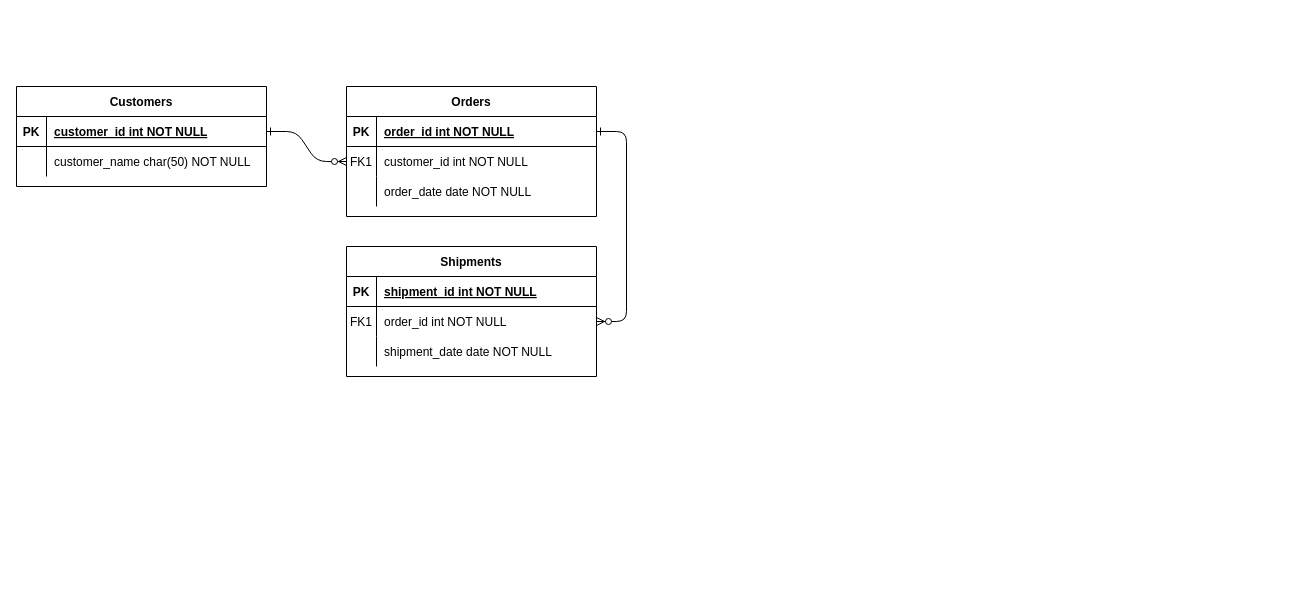
This is Untitled Diagram.drawio from Archie0701/Project2, a draw.io file, before an edit. Source tidied: cells renumbered, new cells numbered last; positions are measured from the earlier drawing's top-left corner, leaving out a move shared by most shapes. Both pictures are drawn from the tidied source at 100%, with x=0, y=0 at pixel (16, 86).
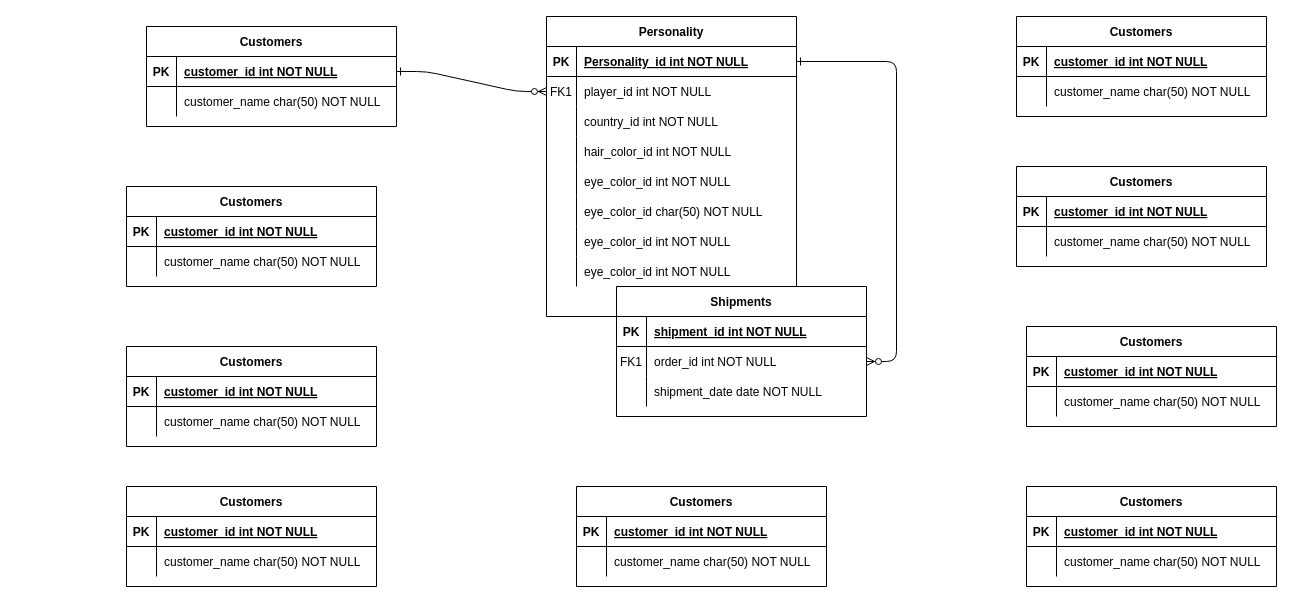
After the change.

Unchanged cells that the change refers to:
```xml
<mxCell id="5" style="shape=partialRectangle;fillColor=none;points=[[0,0.5],[1,0.5]];portConstraint=eastwest;top=0;left=0;right=0;bottom=1;" parent="4" vertex="1">
  <mxGeometry y="30" width="250" height="30" as="geometry" />
</mxCell>
<mxCell id="8" style="shape=partialRectangle;fillColor=none;points=[[0,0.5],[1,0.5]];portConstraint=eastwest;top=0;left=0;right=0;bottom=0;" parent="4" vertex="1">
  <mxGeometry y="60" width="250" height="30" as="geometry" />
</mxCell>
<mxCell id="11" style="shape=partialRectangle;fillColor=none;top=0;left=0;right=0;bottom=0;" parent="4" vertex="1">
  <mxGeometry y="90" width="250" height="30" as="geometry" />
</mxCell>
```

Diff of the diagram source:
```diff
@@
-    <mxCell id="4" value="Orders" style="shape=table;startSize=30;childLayout=tableLayout;rowLines=0;fontStyle=1;align=center;" parent="1" vertex="1">
-      <mxGeometry x="330" width="250" height="130" as="geometry" />
+    <mxCell id="4" value="Personality" style="shape=table;startSize=30;childLayout=tableLayout;rowLines=0;fontStyle=1;align=center;" parent="1" vertex="1">
+      <mxGeometry x="530" y="-70" width="250" height="300" as="geometry" />
     </mxCell>
@@
-    <mxCell id="7" value="order_id int NOT NULL " style="shape=partialRectangle;overflow=hidden;fillColor=none;top=0;left=0;bottom=0;right=0;align=left;spacingLeft=6;fontStyle=5;" parent="5" vertex="1">
+    <mxCell id="7" value="Personality_id int NOT NULL " style="shape=partialRectangle;overflow=hidden;fillColor=none;top=0;left=0;bottom=0;right=0;align=left;spacingLeft=6;fontStyle=5;" parent="5" vertex="1">
       <mxGeometry x="30" width="220" height="30" as="geometry" />
     </mxCell>
@@
-    <mxCell id="10" value="customer_id int NOT NULL" style="shape=partialRectangle;overflow=hidden;fillColor=none;top=0;left=0;bottom=0;right=0;align=left;spacingLeft=6;" parent="8" vertex="1">
+    <mxCell id="10" value="player_id int NOT NULL" style="shape=partialRectangle;overflow=hidden;fillColor=none;top=0;left=0;bottom=0;right=0;align=left;spacingLeft=6;" parent="8" vertex="1">
       <mxGeometry x="30" width="220" height="30" as="geometry" />
     </mxCell>
@@
-    <mxCell id="13" value="order_date date NOT NULL" style="shape=partialRectangle;overflow=hidden;fillColor=none;top=0;left=0;bottom=0;right=0;align=left;spacingLeft=6;" parent="11" vertex="1">
+    <mxCell id="13" value="country_id int NOT NULL" style="shape=partialRectangle;overflow=hidden;fillColor=none;top=0;left=0;bottom=0;right=0;align=left;spacingLeft=6;" parent="11" vertex="1">
       <mxGeometry x="30" width="220" height="30" as="geometry" />
     </mxCell>
+    <mxCell id="31" style="shape=partialRectangle;fillColor=none;top=0;left=0;right=0;bottom=0;" parent="4" vertex="1">
+      <mxGeometry y="120" width="250" height="30" as="geometry" />
+    </mxCell>
+    <mxCell id="32" style="shape=partialRectangle;overflow=hidden;fillColor=none;top=0;left=0;bottom=0;right=0;" parent="31" vertex="1">
+      <mxGeometry width="30" height="30" as="geometry" />
+    </mxCell>
+    <mxCell id="33" value="hair_color_id int NOT NULL" style="shape=partialRectangle;overflow=hidden;fillColor=none;top=0;left=0;bottom=0;right=0;align=left;spacingLeft=6;" parent="31" vertex="1">
+      <mxGeometry x="30" width="220" height="30" as="geometry" />
+    </mxCell>
+    <mxCell id="34" style="shape=partialRectangle;fillColor=none;top=0;left=0;right=0;bottom=0;" parent="4" vertex="1">
+      <mxGeometry y="150" width="250" height="30" as="geometry" />
+    </mxCell>
+    <mxCell id="35" style="shape=partialRectangle;overflow=hidden;fillColor=none;top=0;left=0;bottom=0;right=0;" parent="34" vertex="1">
+      <mxGeometry width="30" height="30" as="geometry" />
+    </mxCell>
+    <mxCell id="36" value="eye_color_id int NOT NULL" style="shape=partialRectangle;overflow=hidden;fillColor=none;top=0;left=0;bottom=0;right=0;align=left;spacingLeft=6;" parent="34" vertex="1">
+      <mxGeometry x="30" width="220" height="30" as="geometry" />
+    </mxCell>
+    <mxCell id="37" style="shape=partialRectangle;fillColor=none;top=0;left=0;right=0;bottom=0;" parent="4" vertex="1">
+      <mxGeometry y="180" width="250" height="30" as="geometry" />
+    </mxCell>
+    <mxCell id="38" style="shape=partialRectangle;overflow=hidden;fillColor=none;top=0;left=0;bottom=0;right=0;" parent="37" vertex="1">
+      <mxGeometry width="30" height="30" as="geometry" />
+    </mxCell>
+    <mxCell id="39" value="eye_color_id char(50) NOT NULL" style="shape=partialRectangle;overflow=hidden;fillColor=none;top=0;left=0;bottom=0;right=0;align=left;spacingLeft=6;" parent="37" vertex="1">
+      <mxGeometry x="30" width="220" height="30" as="geometry" />
+    </mxCell>
+    <mxCell id="40" style="shape=partialRectangle;fillColor=none;top=0;left=0;right=0;bottom=0;" parent="4" vertex="1">
+      <mxGeometry y="210" width="250" height="30" as="geometry" />
+    </mxCell>
+    <mxCell id="41" style="shape=partialRectangle;overflow=hidden;fillColor=none;top=0;left=0;bottom=0;right=0;" parent="40" vertex="1">
+      <mxGeometry width="30" height="30" as="geometry" />
+    </mxCell>
+    <mxCell id="42" value="eye_color_id int NOT NULL" style="shape=partialRectangle;overflow=hidden;fillColor=none;top=0;left=0;bottom=0;right=0;align=left;spacingLeft=6;" parent="40" vertex="1">
+      <mxGeometry x="30" width="220" height="30" as="geometry" />
+    </mxCell>
+    <mxCell id="43" style="shape=partialRectangle;fillColor=none;top=0;left=0;right=0;bottom=0;" parent="4" vertex="1">
+      <mxGeometry y="240" width="250" height="30" as="geometry" />
+    </mxCell>
+    <mxCell id="44" style="shape=partialRectangle;overflow=hidden;fillColor=none;top=0;left=0;bottom=0;right=0;" parent="43" vertex="1">
+      <mxGeometry width="30" height="30" as="geometry" />
+    </mxCell>
+    <mxCell id="45" value="eye_color_id int NOT NULL" style="shape=partialRectangle;overflow=hidden;fillColor=none;top=0;left=0;bottom=0;right=0;align=left;spacingLeft=6;" parent="43" vertex="1">
+      <mxGeometry x="30" width="220" height="30" as="geometry" />
+    </mxCell>
     <mxCell id="14" value="Shipments" style="shape=table;startSize=30;childLayout=tableLayout;rowLines=0;fontStyle=1;align=center;" parent="1" vertex="1">
-      <mxGeometry x="330" y="160" width="250" height="130" as="geometry" />
+      <mxGeometry x="600" y="200" width="250" height="130" as="geometry" />
     </mxCell>
@@
     <mxCell id="24" value="Customers" style="shape=table;startSize=30;childLayout=tableLayout;rowLines=0;fontStyle=1;align=center;" parent="1" vertex="1">
-      <mxGeometry width="250" height="100" as="geometry" />
+      <mxGeometry x="130" y="-60" width="250" height="100" as="geometry" />
     </mxCell>
@@
+    <mxCell id="46" value="Customers" style="shape=table;startSize=30;childLayout=tableLayout;rowLines=0;fontStyle=1;align=center;" parent="1" vertex="1">
+      <mxGeometry x="110" y="100" width="250" height="100" as="geometry" />
+    </mxCell>
+    <mxCell id="47" style="shape=partialRectangle;fillColor=none;top=0;left=0;right=0;bottom=1;" parent="46" vertex="1">
+      <mxGeometry y="30" width="250" height="30" as="geometry" />
+    </mxCell>
+    <mxCell id="48" value="PK" style="shape=partialRectangle;overflow=hidden;fillColor=none;top=0;left=0;bottom=0;right=0;fontStyle=1;" parent="47" vertex="1">
+      <mxGeometry width="30" height="30" as="geometry" />
+    </mxCell>
+    <mxCell id="49" value="customer_id int NOT NULL " style="shape=partialRectangle;overflow=hidden;fillColor=none;top=0;left=0;bottom=0;right=0;align=left;spacingLeft=6;fontStyle=5;" parent="47" vertex="1">
+      <mxGeometry x="30" width="220" height="30" as="geometry" />
+    </mxCell>
+    <mxCell id="50" style="shape=partialRectangle;fillColor=none;top=0;left=0;right=0;bottom=0;" parent="46" vertex="1">
+      <mxGeometry y="60" width="250" height="30" as="geometry" />
+    </mxCell>
+    <mxCell id="51" style="shape=partialRectangle;overflow=hidden;fillColor=none;top=0;left=0;bottom=0;right=0;" parent="50" vertex="1">
+      <mxGeometry width="30" height="30" as="geometry" />
+    </mxCell>
+    <mxCell id="52" value="customer_name char(50) NOT NULL" style="shape=partialRectangle;overflow=hidden;fillColor=none;top=0;left=0;bottom=0;right=0;align=left;spacingLeft=6;" parent="50" vertex="1">
+      <mxGeometry x="30" width="220" height="30" as="geometry" />
+    </mxCell>
+    <mxCell id="53" value="Customers" style="shape=table;startSize=30;childLayout=tableLayout;rowLines=0;fontStyle=1;align=center;" parent="1" vertex="1">
+      <mxGeometry x="110" y="260" width="250" height="100" as="geometry" />
+    </mxCell>
+    <mxCell id="54" style="shape=partialRectangle;fillColor=none;top=0;left=0;right=0;bottom=1;" parent="53" vertex="1">
+      <mxGeometry y="30" width="250" height="30" as="geometry" />
+    </mxCell>
+    <mxCell id="55" value="PK" style="shape=partialRectangle;overflow=hidden;fillColor=none;top=0;left=0;bottom=0;right=0;fontStyle=1;" parent="54" vertex="1">
+      <mxGeometry width="30" height="30" as="geometry" />
+    </mxCell>
+    <mxCell id="56" value="customer_id int NOT NULL " style="shape=partialRectangle;overflow=hidden;fillColor=none;top=0;left=0;bottom=0;right=0;align=left;spacingLeft=6;fontStyle=5;" parent="54" vertex="1">
+      <mxGeometry x="30" width="220" height="30" as="geometry" />
+    </mxCell>
+    <mxCell id="57" style="shape=partialRectangle;fillColor=none;top=0;left=0;right=0;bottom=0;" parent="53" vertex="1">
+      <mxGeometry y="60" width="250" height="30" as="geometry" />
+    </mxCell>
+    <mxCell id="58" style="shape=partialRectangle;overflow=hidden;fillColor=none;top=0;left=0;bottom=0;right=0;" parent="57" vertex="1">
+      <mxGeometry width="30" height="30" as="geometry" />
+    </mxCell>
+    <mxCell id="59" value="customer_name char(50) NOT NULL" style="shape=partialRectangle;overflow=hidden;fillColor=none;top=0;left=0;bottom=0;right=0;align=left;spacingLeft=6;" parent="57" vertex="1">
+      <mxGeometry x="30" width="220" height="30" as="geometry" />
+    </mxCell>
+    <mxCell id="60" value="Customers" style="shape=table;startSize=30;childLayout=tableLayout;rowLines=0;fontStyle=1;align=center;" parent="1" vertex="1">
+      <mxGeometry x="1010" y="400" width="250" height="100" as="geometry" />
+    </mxCell>
+    <mxCell id="61" style="shape=partialRectangle;fillColor=none;top=0;left=0;right=0;bottom=1;" parent="60" vertex="1">
+      <mxGeometry y="30" width="250" height="30" as="geometry" />
+    </mxCell>
+    <mxCell id="62" value="PK" style="shape=partialRectangle;overflow=hidden;fillColor=none;top=0;left=0;bottom=0;right=0;fontStyle=1;" parent="61" vertex="1">
+      <mxGeometry width="30" height="30" as="geometry" />
+    </mxCell>
+    <mxCell id="63" value="customer_id int NOT NULL " style="shape=partialRectangle;overflow=hidden;fillColor=none;top=0;left=0;bottom=0;right=0;align=left;spacingLeft=6;fontStyle=5;" parent="61" vertex="1">
+      <mxGeometry x="30" width="220" height="30" as="geometry" />
+    </mxCell>
+    <mxCell id="64" style="shape=partialRectangle;fillColor=none;top=0;left=0;right=0;bottom=0;" parent="60" vertex="1">
+      <mxGeometry y="60" width="250" height="30" as="geometry" />
+    </mxCell>
+    <mxCell id="65" style="shape=partialRectangle;overflow=hidden;fillColor=none;top=0;left=0;bottom=0;right=0;" parent="64" vertex="1">
+      <mxGeometry width="30" height="30" as="geometry" />
+    </mxCell>
+    <mxCell id="66" value="customer_name char(50) NOT NULL" style="shape=partialRectangle;overflow=hidden;fillColor=none;top=0;left=0;bottom=0;right=0;align=left;spacingLeft=6;" parent="64" vertex="1">
+      <mxGeometry x="30" width="220" height="30" as="geometry" />
+    </mxCell>
+    <mxCell id="67" value="Customers" style="shape=table;startSize=30;childLayout=tableLayout;rowLines=0;fontStyle=1;align=center;" parent="1" vertex="1">
+      <mxGeometry x="110" y="400" width="250" height="100" as="geometry" />
+    </mxCell>
+    <mxCell id="68" style="shape=partialRectangle;fillColor=none;top=0;left=0;right=0;bottom=1;" parent="67" vertex="1">
+      <mxGeometry y="30" width="250" height="30" as="geometry" />
+    </mxCell>
+    <mxCell id="69" value="PK" style="shape=partialRectangle;overflow=hidden;fillColor=none;top=0;left=0;bottom=0;right=0;fontStyle=1;" parent="68" vertex="1">
+      <mxGeometry width="30" height="30" as="geometry" />
+    </mxCell>
+    <mxCell id="70" value="customer_id int NOT NULL " style="shape=partialRectangle;overflow=hidden;fillColor=none;top=0;left=0;bottom=0;right=0;align=left;spacingLeft=6;fontStyle=5;" parent="68" vertex="1">
+      <mxGeometry x="30" width="220" height="30" as="geometry" />
+    </mxCell>
+    <mxCell id="71" style="shape=partialRectangle;fillColor=none;top=0;left=0;right=0;bottom=0;" parent="67" vertex="1">
+      <mxGeometry y="60" width="250" height="30" as="geometry" />
+    </mxCell>
+    <mxCell id="72" style="shape=partialRectangle;overflow=hidden;fillColor=none;top=0;left=0;bottom=0;right=0;" parent="71" vertex="1">
+      <mxGeometry width="30" height="30" as="geometry" />
+    </mxCell>
+    <mxCell id="73" value="customer_name char(50) NOT NULL" style="shape=partialRectangle;overflow=hidden;fillColor=none;top=0;left=0;bottom=0;right=0;align=left;spacingLeft=6;" parent="71" vertex="1">
+      <mxGeometry x="30" width="220" height="30" as="geometry" />
+    </mxCell>
+    <mxCell id="74" value="Customers" style="shape=table;startSize=30;childLayout=tableLayout;rowLines=0;fontStyle=1;align=center;" parent="1" vertex="1">
+      <mxGeometry x="560" y="400" width="250" height="100" as="geometry" />
+    </mxCell>
+    <mxCell id="75" style="shape=partialRectangle;fillColor=none;top=0;left=0;right=0;bottom=1;" parent="74" vertex="1">
+      <mxGeometry y="30" width="250" height="30" as="geometry" />
+    </mxCell>
+    <mxCell id="76" value="PK" style="shape=partialRectangle;overflow=hidden;fillColor=none;top=0;left=0;bottom=0;right=0;fontStyle=1;" parent="75" vertex="1">
+      <mxGeometry width="30" height="30" as="geometry" />
+    </mxCell>
+    <mxCell id="77" value="customer_id int NOT NULL " style="shape=partialRectangle;overflow=hidden;fillColor=none;top=0;left=0;bottom=0;right=0;align=left;spacingLeft=6;fontStyle=5;" parent="75" vertex="1">
+      <mxGeometry x="30" width="220" height="30" as="geometry" />
+    </mxCell>
+    <mxCell id="78" style="shape=partialRectangle;fillColor=none;top=0;left=0;right=0;bottom=0;" parent="74" vertex="1">
+      <mxGeometry y="60" width="250" height="30" as="geometry" />
+    </mxCell>
+    <mxCell id="79" style="shape=partialRectangle;overflow=hidden;fillColor=none;top=0;left=0;bottom=0;right=0;" parent="78" vertex="1">
+      <mxGeometry width="30" height="30" as="geometry" />
+    </mxCell>
+    <mxCell id="80" value="customer_name char(50) NOT NULL" style="shape=partialRectangle;overflow=hidden;fillColor=none;top=0;left=0;bottom=0;right=0;align=left;spacingLeft=6;" parent="78" vertex="1">
+      <mxGeometry x="30" width="220" height="30" as="geometry" />
+    </mxCell>
+    <mxCell id="81" value="Customers" style="shape=table;startSize=30;childLayout=tableLayout;rowLines=0;fontStyle=1;align=center;" parent="1" vertex="1">
+      <mxGeometry x="1000" y="-70" width="250" height="100" as="geometry" />
+    </mxCell>
+    <mxCell id="82" style="shape=partialRectangle;fillColor=none;top=0;left=0;right=0;bottom=1;" parent="81" vertex="1">
+      <mxGeometry y="30" width="250" height="30" as="geometry" />
+    </mxCell>
+    <mxCell id="83" value="PK" style="shape=partialRectangle;overflow=hidden;fillColor=none;top=0;left=0;bottom=0;right=0;fontStyle=1;" parent="82" vertex="1">
+      <mxGeometry width="30" height="30" as="geometry" />
+    </mxCell>
+    <mxCell id="84" value="customer_id int NOT NULL " style="shape=partialRectangle;overflow=hidden;fillColor=none;top=0;left=0;bottom=0;right=0;align=left;spacingLeft=6;fontStyle=5;" parent="82" vertex="1">
+      <mxGeometry x="30" width="220" height="30" as="geometry" />
+    </mxCell>
+    <mxCell id="85" style="shape=partialRectangle;fillColor=none;top=0;left=0;right=0;bottom=0;" parent="81" vertex="1">
+      <mxGeometry y="60" width="250" height="30" as="geometry" />
+    </mxCell>
+    <mxCell id="86" style="shape=partialRectangle;overflow=hidden;fillColor=none;top=0;left=0;bottom=0;right=0;" parent="85" vertex="1">
+      <mxGeometry width="30" height="30" as="geometry" />
+    </mxCell>
+    <mxCell id="87" value="customer_name char(50) NOT NULL" style="shape=partialRectangle;overflow=hidden;fillColor=none;top=0;left=0;bottom=0;right=0;align=left;spacingLeft=6;" parent="85" vertex="1">
+      <mxGeometry x="30" width="220" height="30" as="geometry" />
+    </mxCell>
+    <mxCell id="88" value="Customers" style="shape=table;startSize=30;childLayout=tableLayout;rowLines=0;fontStyle=1;align=center;" parent="1" vertex="1">
+      <mxGeometry x="1000" y="80" width="250" height="100" as="geometry" />
+    </mxCell>
+    <mxCell id="89" style="shape=partialRectangle;fillColor=none;top=0;left=0;right=0;bottom=1;" parent="88" vertex="1">
+      <mxGeometry y="30" width="250" height="30" as="geometry" />
+    </mxCell>
+    <mxCell id="90" value="PK" style="shape=partialRectangle;overflow=hidden;fillColor=none;top=0;left=0;bottom=0;right=0;fontStyle=1;" parent="89" vertex="1">
+      <mxGeometry width="30" height="30" as="geometry" />
+    </mxCell>
+    <mxCell id="91" value="customer_id int NOT NULL " style="shape=partialRectangle;overflow=hidden;fillColor=none;top=0;left=0;bottom=0;right=0;align=left;spacingLeft=6;fontStyle=5;" parent="89" vertex="1">
+      <mxGeometry x="30" width="220" height="30" as="geometry" />
+    </mxCell>
+    <mxCell id="92" style="shape=partialRectangle;fillColor=none;top=0;left=0;right=0;bottom=0;" parent="88" vertex="1">
+      <mxGeometry y="60" width="250" height="30" as="geometry" />
+    </mxCell>
+    <mxCell id="93" style="shape=partialRectangle;overflow=hidden;fillColor=none;top=0;left=0;bottom=0;right=0;" parent="92" vertex="1">
+      <mxGeometry width="30" height="30" as="geometry" />
+    </mxCell>
+    <mxCell id="94" value="customer_name char(50) NOT NULL" style="shape=partialRectangle;overflow=hidden;fillColor=none;top=0;left=0;bottom=0;right=0;align=left;spacingLeft=6;" parent="92" vertex="1">
+      <mxGeometry x="30" width="220" height="30" as="geometry" />
+    </mxCell>
+    <mxCell id="95" value="Customers" style="shape=table;startSize=30;childLayout=tableLayout;rowLines=0;fontStyle=1;align=center;" parent="1" vertex="1">
+      <mxGeometry x="1010" y="240" width="250" height="100" as="geometry" />
+    </mxCell>
+    <mxCell id="96" style="shape=partialRectangle;fillColor=none;top=0;left=0;right=0;bottom=1;" parent="95" vertex="1">
+      <mxGeometry y="30" width="250" height="30" as="geometry" />
+    </mxCell>
+    <mxCell id="97" value="PK" style="shape=partialRectangle;overflow=hidden;fillColor=none;top=0;left=0;bottom=0;right=0;fontStyle=1;" parent="96" vertex="1">
+      <mxGeometry width="30" height="30" as="geometry" />
+    </mxCell>
+    <mxCell id="98" value="customer_id int NOT NULL " style="shape=partialRectangle;overflow=hidden;fillColor=none;top=0;left=0;bottom=0;right=0;align=left;spacingLeft=6;fontStyle=5;" parent="96" vertex="1">
+      <mxGeometry x="30" width="220" height="30" as="geometry" />
+    </mxCell>
+    <mxCell id="99" style="shape=partialRectangle;fillColor=none;top=0;left=0;right=0;bottom=0;" parent="95" vertex="1">
+      <mxGeometry y="60" width="250" height="30" as="geometry" />
+    </mxCell>
+    <mxCell id="100" style="shape=partialRectangle;overflow=hidden;fillColor=none;top=0;left=0;bottom=0;right=0;" parent="99" vertex="1">
+      <mxGeometry width="30" height="30" as="geometry" />
+    </mxCell>
+    <mxCell id="101" value="customer_name char(50) NOT NULL" style="shape=partialRectangle;overflow=hidden;fillColor=none;top=0;left=0;bottom=0;right=0;align=left;spacingLeft=6;" parent="99" vertex="1">
+      <mxGeometry x="30" width="220" height="30" as="geometry" />
+    </mxCell>
```
